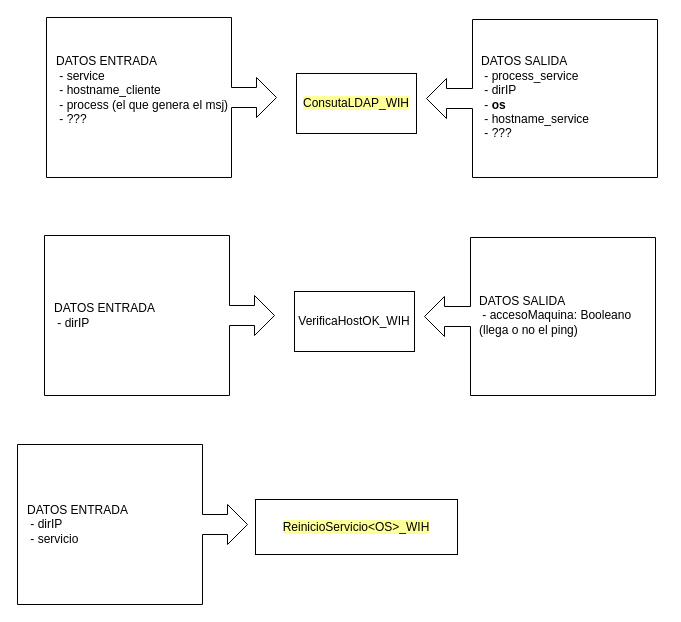
The draw.io diagram page "WIH" (3 of 3) of esquemaProcesos.drawio in MarianaReyesH/gestionRed, before the edit. Source tidied: cells renumbered, new cells numbered last; positions are measured from the earlier drawing's top-left corner, leaving out a move shared by most shapes. Both pictures are drawn from the tidied source at 100%, with x=0, y=0 at pixel (17, 17).
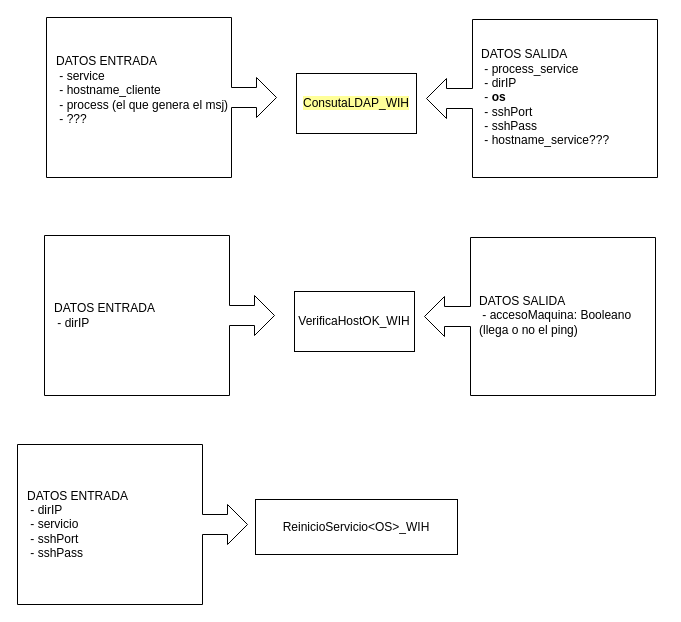
After the change.

Change to the diagram source:
```diff
@@
 <mxGraphModel>
   <root>
     <mxCell id="0" />
     <mxCell id="1" parent="0" />
     <mxCell id="2" value="&lt;div&gt;&lt;span style=&quot;background-color: rgb(255, 255, 153);&quot;&gt;ConsutaLDAP_WIH&lt;/span&gt;&lt;/div&gt;" style="rounded=0;whiteSpace=wrap;html=1;" parent="1" vertex="1">
       <mxGeometry x="279" y="56" width="120" height="60" as="geometry" />
     </mxCell>
     <mxCell id="3" style="html=1;shadow=0;dashed=0;align=center;verticalAlign=middle;shape=mxgraph.arrows2.calloutArrow;dy=10;dx=20;notch=185;arrowHead=10;" parent="1" vertex="1">
       <mxGeometry x="29" width="230" height="160" as="geometry" />
     </mxCell>
     <mxCell id="4" value="DATOS ENTRADA&lt;div&gt;&amp;nbsp;- service&lt;/div&gt;&lt;div&gt;&lt;span style=&quot;background-color: initial;&quot;&gt;&amp;nbsp;- hostname_cliente&lt;/span&gt;&lt;div&gt;&amp;nbsp;- process (el que genera el msj)&lt;/div&gt;&lt;div&gt;&amp;nbsp;- ???&lt;/div&gt;&lt;div&gt;&amp;nbsp;&lt;/div&gt;&lt;/div&gt;" style="text;html=1;align=left;verticalAlign=middle;whiteSpace=wrap;rounded=0;" parent="1" vertex="1">
       <mxGeometry x="37" width="184" height="159" as="geometry" />
     </mxCell>
     <mxCell id="5" style="html=1;shadow=0;dashed=0;align=center;verticalAlign=middle;shape=mxgraph.arrows2.calloutArrow;dy=10;dx=20;notch=185;arrowHead=10;rotation=-180;" parent="1" vertex="1">
       <mxGeometry x="409" y="2" width="231" height="158" as="geometry" />
     </mxCell>
-    <mxCell id="6" value="DATOS SALIDA&lt;div&gt;&amp;nbsp;- process_service&lt;/div&gt;&lt;div&gt;&amp;nbsp;- dirIP&lt;/div&gt;&lt;div&gt;&amp;nbsp;-&amp;nbsp;&lt;b&gt;os&lt;/b&gt;&lt;br&gt;&lt;div&gt;&amp;nbsp;- hostname_service&lt;/div&gt;&lt;div&gt;&amp;nbsp;- ???&lt;/div&gt;&lt;/div&gt;" style="text;html=1;align=left;verticalAlign=middle;whiteSpace=wrap;rounded=0;" parent="1" vertex="1">
+    <mxCell id="6" value="DATOS SALIDA&lt;div&gt;&amp;nbsp;- process_service&lt;/div&gt;&lt;div&gt;&amp;nbsp;- dirIP&lt;/div&gt;&lt;div&gt;&amp;nbsp;-&amp;nbsp;&lt;b&gt;os&lt;/b&gt;&lt;br&gt;&lt;div&gt;&lt;span style=&quot;background-color: initial;&quot;&gt;&amp;nbsp;- sshPort&lt;/span&gt;&lt;br&gt;&lt;/div&gt;&lt;/div&gt;&lt;div&gt;&lt;span style=&quot;background-color: initial;&quot;&gt;&amp;nbsp;- sshPass&lt;/span&gt;&lt;/div&gt;&lt;div&gt;&lt;div&gt;&amp;nbsp;- hostname_service???&lt;/div&gt;&lt;/div&gt;" style="text;html=1;align=left;verticalAlign=middle;whiteSpace=wrap;rounded=0;" parent="1" vertex="1">
       <mxGeometry x="462" width="184" height="159" as="geometry" />
     </mxCell>
     <mxCell id="7" value="&lt;div&gt;&lt;span style=&quot;background-color: rgb(255, 255, 255);&quot;&gt;VerificaHostOK_WIH&lt;/span&gt;&lt;/div&gt;" style="rounded=0;whiteSpace=wrap;html=1;" parent="1" vertex="1">
       <mxGeometry x="277" y="274" width="120" height="60" as="geometry" />
     </mxCell>
     <mxCell id="8" style="html=1;shadow=0;dashed=0;align=center;verticalAlign=middle;shape=mxgraph.arrows2.calloutArrow;dy=10;dx=20;notch=185;arrowHead=10;" parent="1" vertex="1">
       <mxGeometry x="27" y="218" width="230" height="160" as="geometry" />
     </mxCell>
     <mxCell id="9" value="DATOS ENTRADA&lt;div&gt;&amp;nbsp;- dirIP&lt;/div&gt;" style="text;html=1;align=left;verticalAlign=middle;whiteSpace=wrap;rounded=0;" parent="1" vertex="1">
       <mxGeometry x="35" y="218" width="184" height="159" as="geometry" />
     </mxCell>
     <mxCell id="10" style="html=1;shadow=0;dashed=0;align=center;verticalAlign=middle;shape=mxgraph.arrows2.calloutArrow;dy=10;dx=20;notch=185;arrowHead=10;rotation=-180;" parent="1" vertex="1">
       <mxGeometry x="407" y="220" width="231" height="158" as="geometry" />
     </mxCell>
     <mxCell id="11" value="DATOS SALIDA&lt;div&gt;&amp;nbsp;- accesoMaquina: Booleano (llega o no el ping)&lt;/div&gt;" style="text;html=1;align=left;verticalAlign=middle;whiteSpace=wrap;rounded=0;" parent="1" vertex="1">
       <mxGeometry x="460" y="218" width="184" height="159" as="geometry" />
     </mxCell>
-    <mxCell id="12" value="&lt;div&gt;&lt;span style=&quot;background-color: rgb(255, 255, 153);&quot;&gt;ReinicioServicio&amp;lt;OS&amp;gt;_WIH&lt;/span&gt;&lt;/div&gt;" style="rounded=0;whiteSpace=wrap;html=1;" parent="1" vertex="1">
+    <mxCell id="12" value="&lt;div&gt;&lt;span style=&quot;background-color: rgb(255, 255, 255);&quot;&gt;ReinicioServicio&amp;lt;OS&amp;gt;_WIH&lt;/span&gt;&lt;/div&gt;" style="rounded=0;whiteSpace=wrap;html=1;" parent="1" vertex="1">
       <mxGeometry x="238" y="482" width="202" height="55" as="geometry" />
     </mxCell>
     <mxCell id="13" style="html=1;shadow=0;dashed=0;align=center;verticalAlign=middle;shape=mxgraph.arrows2.calloutArrow;dy=10;dx=20;notch=185;arrowHead=10;" parent="1" vertex="1">
       <mxGeometry y="427" width="230" height="160" as="geometry" />
     </mxCell>
-    <mxCell id="14" value="DATOS ENTRADA&lt;div&gt;&amp;nbsp;- dirIP&lt;/div&gt;&lt;div&gt;&amp;nbsp;- servicio&lt;/div&gt;" style="text;html=1;align=left;verticalAlign=middle;whiteSpace=wrap;rounded=0;" parent="1" vertex="1">
+    <mxCell id="14" value="DATOS ENTRADA&lt;div&gt;&amp;nbsp;- dirIP&lt;/div&gt;&lt;div&gt;&amp;nbsp;- servicio&lt;/div&gt;&lt;div&gt;&amp;nbsp;- sshPort&lt;/div&gt;&lt;div&gt;&amp;nbsp;- sshPass&lt;br&gt;&lt;/div&gt;" style="text;html=1;align=left;verticalAlign=middle;whiteSpace=wrap;rounded=0;" parent="1" vertex="1">
       <mxGeometry x="8" y="427" width="184" height="159" as="geometry" />
     </mxCell>
   </root>
 </mxGraphModel>
```
